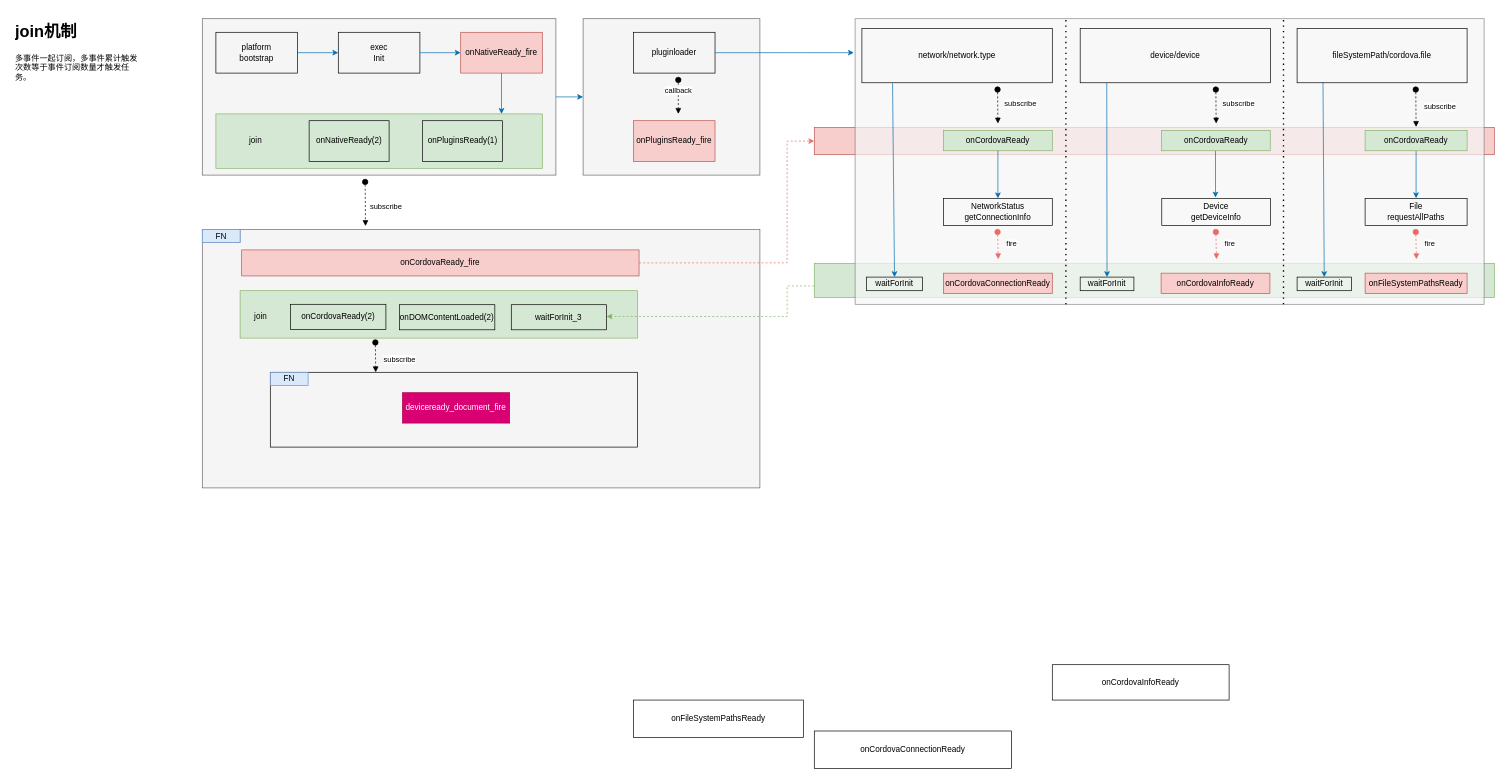
This is cordova/subscribe.drawio from jsven/design-draw, a draw.io file, before an edit. Source tidied: cells renumbered, new cells numbered last; positions are measured from the earlier drawing's top-left corner, leaving out a move shared by most shapes. Both pictures are drawn from the tidied source at 68%, with x=0, y=0 at pixel (12, 18).
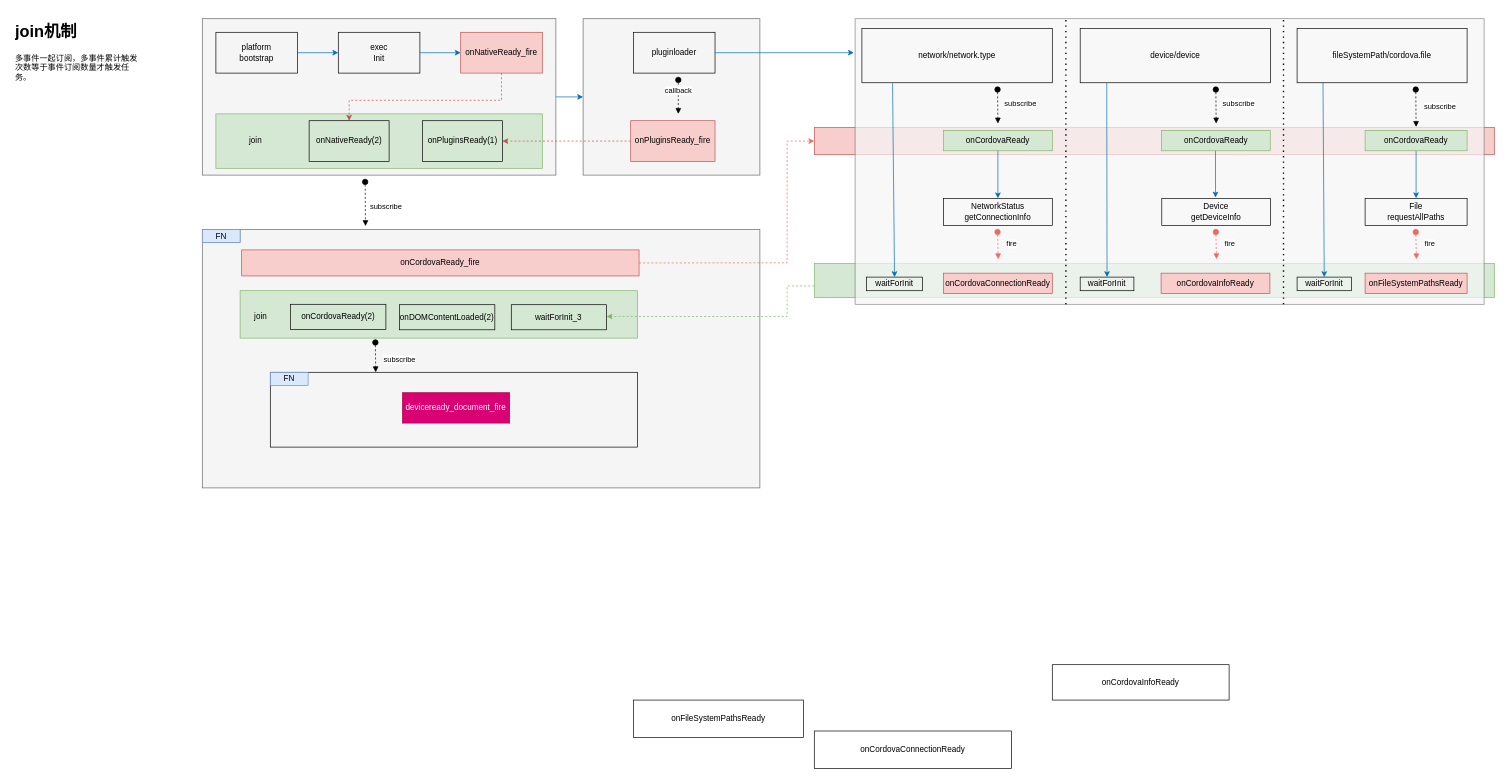
The same diagram, later.

Unchanged cells that the change refers to:
```xml
<mxCell id="10" value="onNativeReady(2)" style="rounded=0;whiteSpace=wrap;html=1;fillColor=none;" parent="8" vertex="1">
  <mxGeometry x="137.1" y="10" width="117.6" height="60" as="geometry" />
</mxCell>
<mxCell id="11" value="onPluginsReady(1)" style="rounded=0;whiteSpace=wrap;html=1;fillColor=none;" parent="8" vertex="1">
  <mxGeometry x="303.7" y="10" width="117.6" height="60" as="geometry" />
</mxCell>
<mxCell id="14" value="onNativeReady_fire" style="rounded=0;whiteSpace=wrap;html=1;fillColor=#f8cecc;strokeColor=#b85450;" parent="13" vertex="1">
  <mxGeometry x="360" width="120" height="60" as="geometry" />
</mxCell>
```

Change to the diagram source:
```diff
@@
     <mxCell id="22" value="onPluginsReady_fire" style="rounded=0;whiteSpace=wrap;html=1;fillColor=#f8cecc;strokeColor=#b85450;" parent="1" vertex="1">
-      <mxGeometry x="914" y="150" width="120" height="60" as="geometry" />
+      <mxGeometry x="910" y="150" width="124" height="60" as="geometry" />
     </mxCell>
@@
-    <mxCell id="35" style="endArrow=classic;html=1;rounded=0;strokeColor=#006EAF;exitX=0.5;exitY=1;exitDx=0;exitDy=0;fillColor=#1ba1e2;" parent="1" edge="1" source="14">
+    <mxCell id="35" style="endArrow=classic;html=1;rounded=0;strokeColor=#b85450;exitX=0.5;exitY=1;exitDx=0;exitDy=0;fillColor=#f8cecc;entryX=0.5;entryY=0;entryDx=0;entryDy=0;dashed=1;" parent="1" edge="1" source="14" target="10">
       <mxGeometry relative="1" as="geometry">
-        <mxPoint x="720" y="140" as="targetPoint" />
+        <Array as="points">
+          <mxPoint x="720" y="120" />
+          <mxPoint x="496" y="120" />
+        </Array>
       </mxGeometry>
     </mxCell>
@@
+    <mxCell id="77" style="endArrow=classic;html=1;rounded=0;dashed=1;exitX=0;exitY=0.5;exitDx=0;exitDy=0;entryX=1;entryY=0.5;entryDx=0;entryDy=0;fillColor=#f8cecc;strokeColor=#b85450;" parent="1" edge="1" source="22" target="11">
+      <mxGeometry relative="1" as="geometry" />
+    </mxCell>
```
